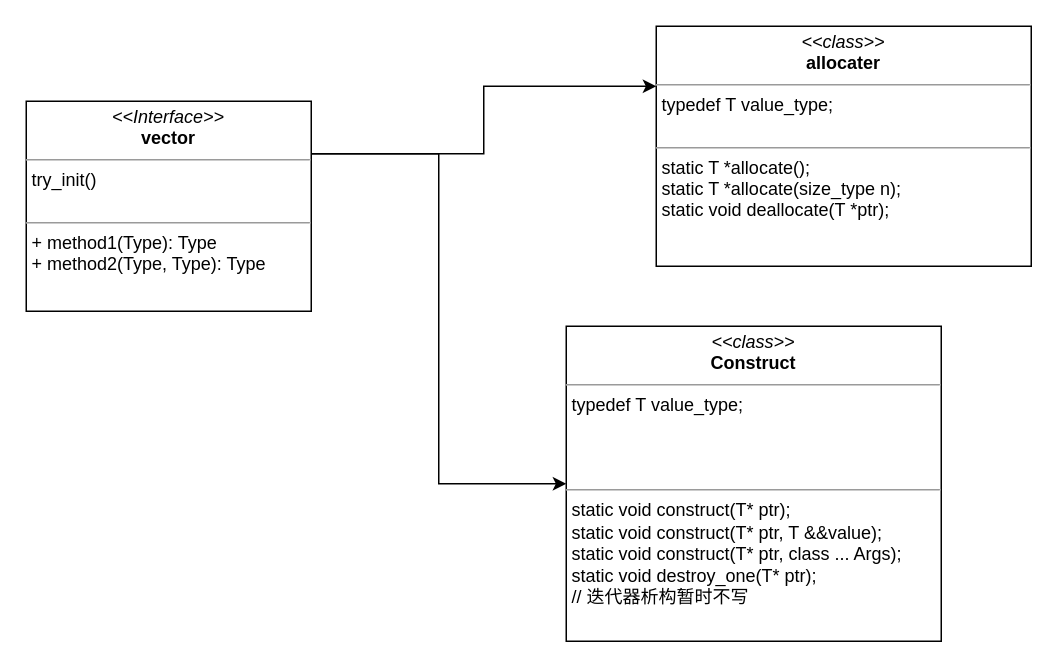
panda66666666/panda_stl keeps this draw.io diagram as images/uml.drawio. Above is the earlier version. Source tidied: cells renumbered, new cells numbered last; positions are measured from the earlier drawing's top-left corner, leaving out a move shared by most shapes. Both pictures are drawn from the tidied source at 150%, with x=0, y=0 at pixel (26, 26).
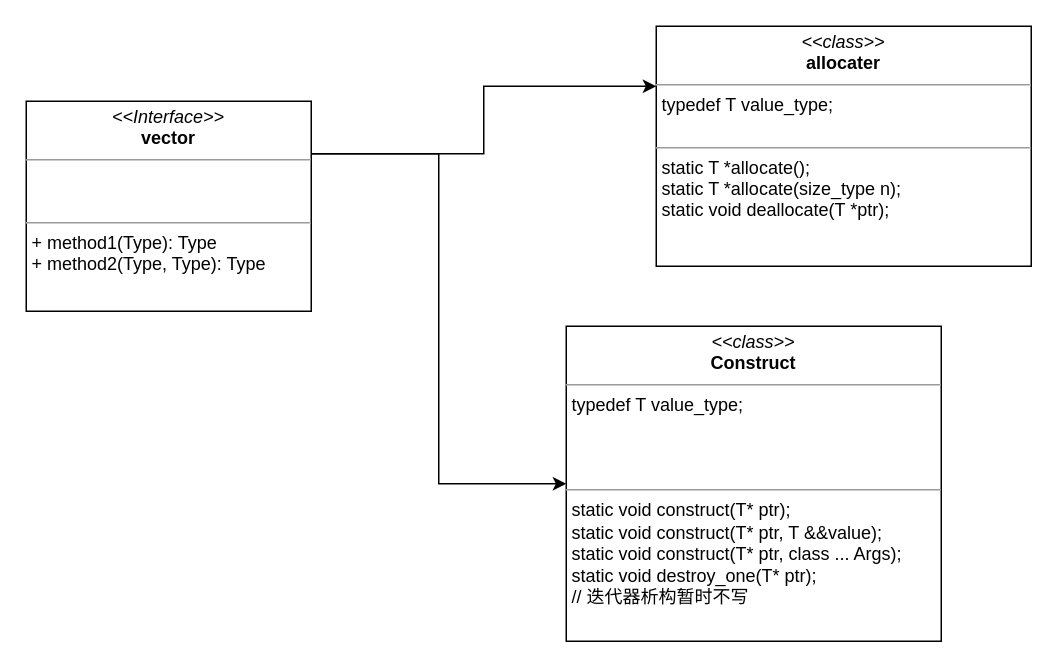
The same diagram, later.

What changed in the source:
```diff
@@
 <mxGraphModel>
   <root>
     <mxCell id="0" />
     <mxCell id="1" parent="0" />
     <mxCell id="2" style="edgeStyle=orthogonalEdgeStyle;rounded=0;jettySize=auto;html=1;exitX=1;exitY=0.25;exitDx=0;exitDy=0;entryX=0;entryY=0.25;entryDx=0;entryDy=0;" parent="1" edge="1" source="4" target="5">
       <mxGeometry relative="1" as="geometry" />
     </mxCell>
     <mxCell id="3" style="edgeStyle=orthogonalEdgeStyle;rounded=0;jettySize=auto;html=1;exitX=1;exitY=0.25;exitDx=0;exitDy=0;entryX=0;entryY=0.5;entryDx=0;entryDy=0;" parent="1" edge="1" source="4" target="6">
       <mxGeometry relative="1" as="geometry" />
     </mxCell>
-    <mxCell id="4" value="&lt;p style=&quot;margin:0px;margin-top:4px;text-align:center;&quot;&gt;&lt;i&gt;&amp;lt;&amp;lt;Interface&amp;gt;&amp;gt;&lt;/i&gt;&lt;br&gt;&lt;b&gt;vector&lt;/b&gt;&lt;/p&gt;&lt;hr size=&quot;1&quot;&gt;&lt;p style=&quot;margin:0px;margin-left:4px;&quot;&gt;try_init()&lt;/p&gt;&lt;p style=&quot;margin:0px;margin-left:4px;&quot;&gt;&lt;br&gt;&lt;/p&gt;&lt;hr size=&quot;1&quot;&gt;&lt;p style=&quot;margin:0px;margin-left:4px;&quot;&gt;+ method1(Type): Type&lt;br&gt;+ method2(Type, Type): Type&lt;/p&gt;&lt;p style=&quot;margin:0px;margin-left:4px;&quot;&gt;&lt;br&gt;&lt;/p&gt;" style="verticalAlign=top;align=left;overflow=fill;fontSize=12;fontFamily=Helvetica;html=1;" parent="1" vertex="1">
+    <mxCell id="4" value="&lt;p style=&quot;margin:0px;margin-top:4px;text-align:center;&quot;&gt;&lt;i&gt;&amp;lt;&amp;lt;Interface&amp;gt;&amp;gt;&lt;/i&gt;&lt;br&gt;&lt;b&gt;vector&lt;/b&gt;&lt;/p&gt;&lt;hr size=&quot;1&quot;&gt;&lt;p style=&quot;margin:0px;margin-left:4px;&quot;&gt;&lt;br&gt;&lt;/p&gt;&lt;p style=&quot;margin:0px;margin-left:4px;&quot;&gt;&lt;br&gt;&lt;/p&gt;&lt;hr size=&quot;1&quot;&gt;&lt;p style=&quot;margin:0px;margin-left:4px;&quot;&gt;+ method1(Type): Type&lt;br&gt;+ method2(Type, Type): Type&lt;/p&gt;&lt;p style=&quot;margin:0px;margin-left:4px;&quot;&gt;&lt;br&gt;&lt;/p&gt;" style="verticalAlign=top;align=left;overflow=fill;fontSize=12;fontFamily=Helvetica;html=1;" parent="1" vertex="1">
       <mxGeometry y="50" width="190" height="140" as="geometry" />
     </mxCell>
     <mxCell id="5" value="&lt;p style=&quot;margin:0px;margin-top:4px;text-align:center;&quot;&gt;&lt;i&gt;&amp;lt;&amp;lt;class&amp;gt;&amp;gt;&lt;/i&gt;&lt;br&gt;&lt;b&gt;allocater&lt;/b&gt;&lt;/p&gt;&lt;hr size=&quot;1&quot;&gt;&lt;p style=&quot;margin:0px;margin-left:4px;&quot;&gt;typedef T value_type;&lt;/p&gt;&lt;p style=&quot;margin:0px;margin-left:4px;&quot;&gt;&lt;br&gt;&lt;/p&gt;&lt;hr size=&quot;1&quot;&gt;&lt;p style=&quot;margin:0px;margin-left:4px;&quot;&gt;static T *allocate();&lt;/p&gt;&lt;p style=&quot;margin:0px;margin-left:4px;&quot;&gt;static T *allocate(size_type n);&lt;/p&gt;&lt;p style=&quot;margin:0px;margin-left:4px;&quot;&gt;static void deallocate(T *ptr);&lt;/p&gt;&lt;p style=&quot;margin:0px;margin-left:4px;&quot;&gt;&lt;br&gt;&lt;/p&gt;&lt;p style=&quot;margin:0px;margin-left:4px;&quot;&gt;&lt;br&gt;&lt;/p&gt;" style="verticalAlign=top;align=left;overflow=fill;fontSize=12;fontFamily=Helvetica;html=1;" parent="1" vertex="1">
       <mxGeometry x="420" width="250" height="160" as="geometry" />
     </mxCell>
     <mxCell id="6" value="&lt;p style=&quot;margin:0px;margin-top:4px;text-align:center;&quot;&gt;&lt;i&gt;&amp;lt;&amp;lt;class&amp;gt;&amp;gt;&lt;/i&gt;&lt;br&gt;&lt;b&gt;Construct&lt;/b&gt;&lt;/p&gt;&lt;hr size=&quot;1&quot;&gt;&lt;p style=&quot;margin:0px;margin-left:4px;&quot;&gt;typedef T value_type;&lt;/p&gt;&lt;p style=&quot;margin:0px;margin-left:4px;&quot;&gt;&lt;br&gt;&lt;/p&gt;&lt;p style=&quot;margin:0px;margin-left:4px;&quot;&gt;&lt;br&gt;&lt;/p&gt;&lt;p style=&quot;margin:0px;margin-left:4px;&quot;&gt;&lt;br&gt;&lt;/p&gt;&lt;hr size=&quot;1&quot;&gt;&lt;p style=&quot;margin:0px;margin-left:4px;&quot;&gt;static void construct(T* ptr);&lt;/p&gt;&lt;p style=&quot;margin:0px;margin-left:4px;&quot;&gt;static void construct(T* ptr, T &amp;amp;&amp;amp;value);&lt;/p&gt;&lt;p style=&quot;margin:0px;margin-left:4px;&quot;&gt;static void construct(T* ptr, class ... Args);&lt;/p&gt;&lt;p style=&quot;margin:0px;margin-left:4px;&quot;&gt;static void destroy_one(T* ptr);&lt;/p&gt;&lt;p style=&quot;margin:0px;margin-left:4px;&quot;&gt;// 迭代器析构暂时不写&lt;/p&gt;&lt;p style=&quot;margin:0px;margin-left:4px;&quot;&gt;&lt;br&gt;&lt;/p&gt;&lt;p style=&quot;margin:0px;margin-left:4px;&quot;&gt;&lt;br&gt;&lt;/p&gt;&lt;p style=&quot;margin:0px;margin-left:4px;&quot;&gt;&lt;br&gt;&lt;/p&gt;&lt;p style=&quot;margin:0px;margin-left:4px;&quot;&gt;&lt;br&gt;&lt;/p&gt;" style="verticalAlign=top;align=left;overflow=fill;fontSize=12;fontFamily=Helvetica;html=1;" parent="1" vertex="1">
       <mxGeometry x="360" y="200" width="250" height="210" as="geometry" />
     </mxCell>
   </root>
 </mxGraphModel>
```
